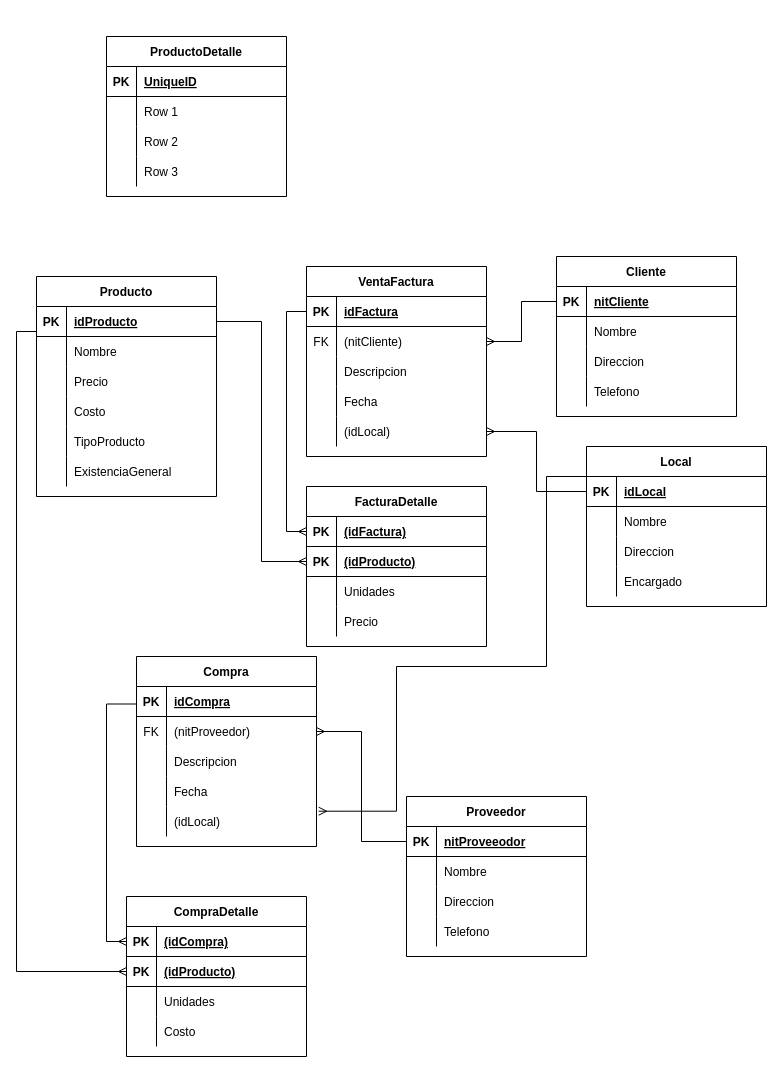
Earlier version of the draw.io diagram hoja3 (1).drawio (RafaelChocoj/HT3_archiv_ER). Source tidied: cells renumbered, new cells numbered last; positions are measured from the earlier drawing's top-left corner, leaving out a move shared by most shapes. Both pictures are drawn from the tidied source at 100%, with x=0, y=0 at pixel (36, 36).
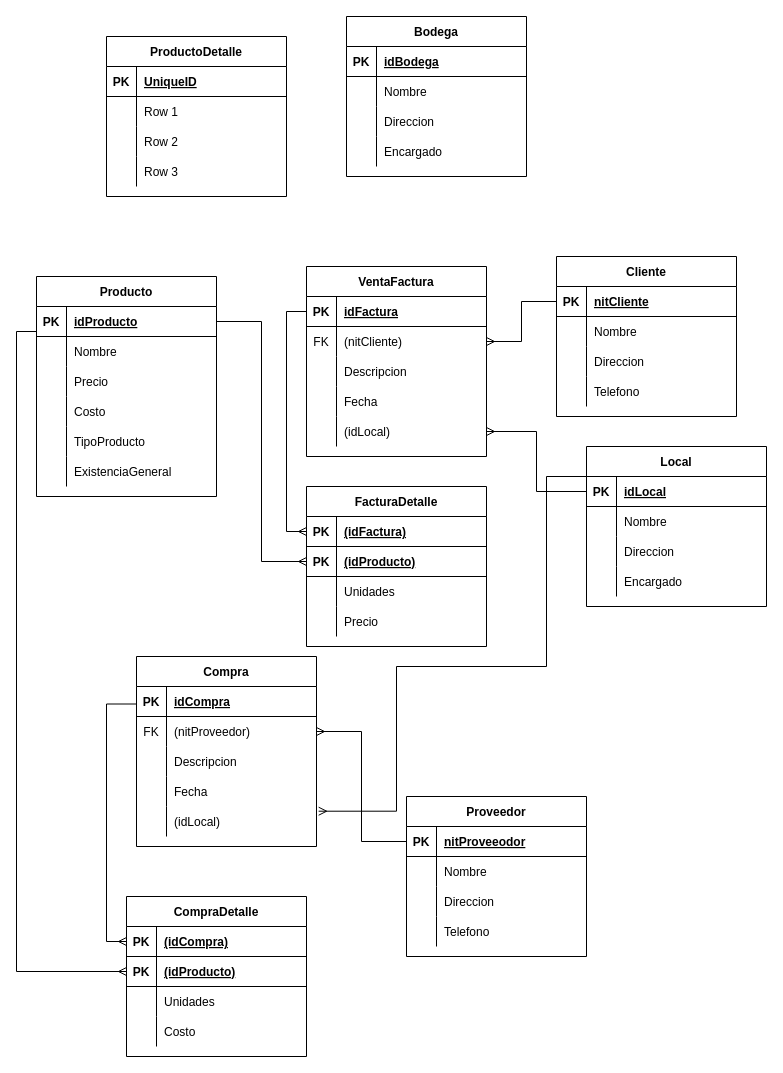
The same page after the edit.

What changed in the source:
```diff
@@
+    <mxCell id="139" value="Bodega" style="shape=table;startSize=30;childLayout=tableLayout;rowLines=0;fontStyle=1;align=center;" parent="1" vertex="1">
+      <mxGeometry x="310" y="-20" width="180" height="160" as="geometry" />
+    </mxCell>
+    <mxCell id="140" style="shape=partialRectangle;fillColor=none;top=0;left=0;bottom=1;right=0;" parent="139" vertex="1">
+      <mxGeometry y="30" width="180" height="30" as="geometry" />
+    </mxCell>
+    <mxCell id="141" value="PK" style="shape=partialRectangle;fillColor=none;top=0;left=0;bottom=0;right=0;fontStyle=1;overflow=hidden;" parent="140" vertex="1">
+      <mxGeometry width="30" height="30" as="geometry" />
+    </mxCell>
+    <mxCell id="142" value="idBodega" style="shape=partialRectangle;fillColor=none;top=0;left=0;bottom=0;right=0;align=left;spacingLeft=6;fontStyle=5;overflow=hidden;" parent="140" vertex="1">
+      <mxGeometry x="30" width="150" height="30" as="geometry" />
+    </mxCell>
+    <mxCell id="143" style="shape=partialRectangle;fillColor=none;top=0;left=0;bottom=0;right=0;" parent="139" vertex="1">
+      <mxGeometry y="60" width="180" height="30" as="geometry" />
+    </mxCell>
+    <mxCell id="144" style="shape=partialRectangle;fillColor=none;top=0;left=0;bottom=0;right=0;overflow=hidden;" parent="143" vertex="1">
+      <mxGeometry width="30" height="30" as="geometry" />
+    </mxCell>
+    <mxCell id="145" value="Nombre" style="shape=partialRectangle;fillColor=none;top=0;left=0;bottom=0;right=0;align=left;spacingLeft=6;overflow=hidden;" parent="143" vertex="1">
+      <mxGeometry x="30" width="150" height="30" as="geometry" />
+    </mxCell>
+    <mxCell id="146" style="shape=partialRectangle;fillColor=none;top=0;left=0;bottom=0;right=0;" parent="139" vertex="1">
+      <mxGeometry y="90" width="180" height="30" as="geometry" />
+    </mxCell>
+    <mxCell id="147" style="shape=partialRectangle;fillColor=none;top=0;left=0;bottom=0;right=0;overflow=hidden;" parent="146" vertex="1">
+      <mxGeometry width="30" height="30" as="geometry" />
+    </mxCell>
+    <mxCell id="148" value="Direccion" style="shape=partialRectangle;fillColor=none;top=0;left=0;bottom=0;right=0;align=left;spacingLeft=6;overflow=hidden;" parent="146" vertex="1">
+      <mxGeometry x="30" width="150" height="30" as="geometry" />
+    </mxCell>
+    <mxCell id="149" style="shape=partialRectangle;fillColor=none;top=0;left=0;bottom=0;right=0;" parent="139" vertex="1">
+      <mxGeometry y="120" width="180" height="30" as="geometry" />
+    </mxCell>
+    <mxCell id="150" style="shape=partialRectangle;fillColor=none;top=0;left=0;bottom=0;right=0;overflow=hidden;" parent="149" vertex="1">
+      <mxGeometry width="30" height="30" as="geometry" />
+    </mxCell>
+    <mxCell id="151" value="Encargado" style="shape=partialRectangle;fillColor=none;top=0;left=0;bottom=0;right=0;align=left;spacingLeft=6;overflow=hidden;" parent="149" vertex="1">
+      <mxGeometry x="30" width="150" height="30" as="geometry" />
+    </mxCell>
```
